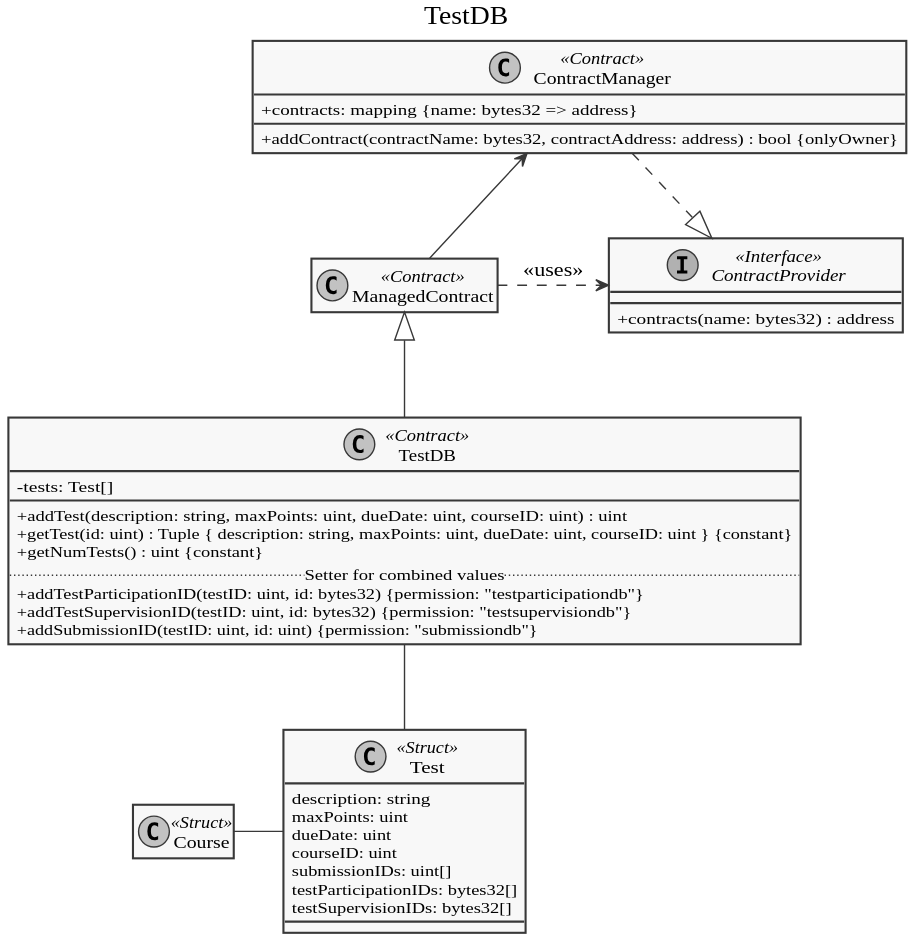
Above: doc/diagrams/export/contracts/testdb.svg in dev-tee/blockpass (PlantUML), before the change.
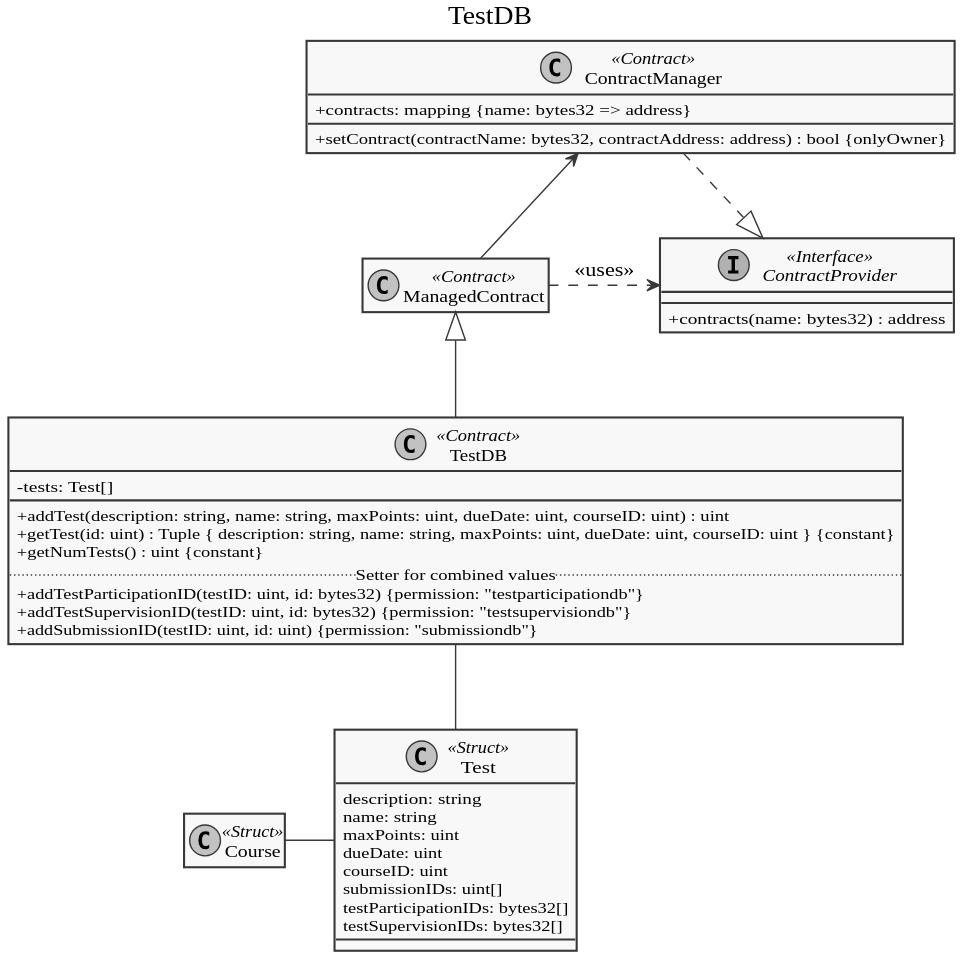
After the change.

What changed in the source:
```diff
@@ -36,7 +36,7 @@
 
 class ContractManager << Contract >> {
   +contracts: mapping {name: bytes32 => address}
-  +addContract(contractName: bytes32, contractAddress: address) : bool {onlyOwner}
+  +setContract(contractName: bytes32, contractAddress: address) : bool {onlyOwner}
 }
 
 ContractManager -up-|> Owned
@@ -66,8 +66,8 @@
 
 class Course << Struct >> {
   description: string
+  name: string
   ectsPoints: uint
-  name: bytes32
   assignmentIDs: uint[]
   testIDs: uint[]
   courseParticipationIDs: bytes32[]
@@ -77,8 +77,8 @@
 class CourseDB << Contract >> {
   -courses: Course[]
   __
-  +addCourse(description: string, name: bytes32, ectsPoints: uint) : uint
-  +getCourse(id: uint) : Tuple { description: string, name: bytes32, ectsPoints: uint } {constant}
+  +addCourse(description: string, name: string, ectsPoints: uint) : uint
+  +getCourse(id: uint) : Tuple { description: string, name: string, ectsPoints: uint } {constant}
   +getNumCourses() : uint {constant}
   .. Setter for combined values ..
   +addCourseParticipationID(courseID: uint, id: bytes32) {permission: "courseparticipationdb" }
@@ -97,6 +97,7 @@
 
 class Test << Struct >> {
   description: string
+  name: string
   maxPoints: uint
   dueDate: uint
   courseID: uint
@@ -108,8 +109,8 @@
 class TestDB << Contract >> {
   -tests: Test[]
   __
-  +addTest(description: string, maxPoints: uint, dueDate: uint, courseID: uint) : uint
-  +getTest(id: uint) : Tuple { description: string, maxPoints: uint, dueDate: uint, courseID: uint } {constant}
+  +addTest(description: string, name: string, maxPoints: uint, dueDate: uint, courseID: uint) : uint
+  +getTest(id: uint) : Tuple { description: string, name: string, maxPoints: uint, dueDate: uint, courseID: uint } {constant}
   +getNumTests() : uint {constant}
   .. Setter for combined values ..
   +addTestParticipationID(testID: uint, id: bytes32) {permission: "testparticipationdb"}
```
